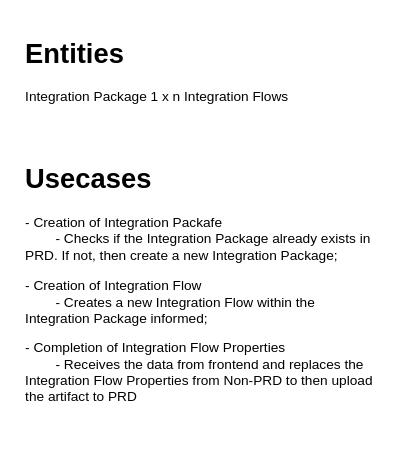
The draw.io diagram page "Backend" (1 of 5) of cpi-publisher-diagram.drawio in gabriel-rodrigues-f/sap-cloud-integration-architectural-diagrams, before the edit. Source tidied: cells renumbered, new cells numbered last; positions are measured from the earlier drawing's top-left corner, leaving out a move shared by most shapes. Both pictures are drawn from the tidied source at 114%, with x=0, y=0 at pixel (19, 31).
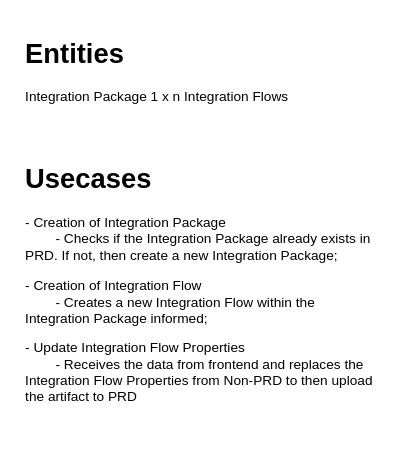
After the change.

Commit message (it also covers changes not shown here):
update integration usecases

Diff of the diagram source:
```diff
@@
 <mxGraphModel>
   <root>
     <mxCell id="0" />
     <mxCell id="1" parent="0" />
     <mxCell id="2" value="&lt;h1&gt;Entities&lt;/h1&gt;&lt;p&gt;Integration Package 1 x n&lt;span style=&quot;background-color: initial;&quot;&gt;&amp;nbsp;Integration Flows&lt;/span&gt;&lt;/p&gt;" style="text;html=1;strokeColor=none;fillColor=none;spacing=5;spacingTop=-20;whiteSpace=wrap;overflow=hidden;rounded=0;" parent="1" vertex="1">
       <mxGeometry width="320" height="90" as="geometry" />
     </mxCell>
-    <mxCell id="3" value="&lt;h1&gt;Usecases&lt;/h1&gt;&lt;p&gt;- Creation of Integration Packafe&lt;br&gt;&lt;span style=&quot;white-space: pre;&quot;&gt;&#9;&lt;/span&gt;- Checks if the Integration Package already exists in PRD. If not, then create a new Integration Package;&lt;br&gt;&lt;/p&gt;&lt;p&gt;- Creation of Integration Flow&lt;br&gt;&lt;span style=&quot;white-space: pre;&quot;&gt;&#9;&lt;/span&gt;- Creates a new Integration Flow within the Integration Package informed;&lt;br&gt;&lt;/p&gt;&lt;p&gt;- Completion of Integration Flow Properties&lt;br&gt;&lt;span style=&quot;white-space: pre;&quot;&gt;&#9;&lt;/span&gt;- Receives the data from frontend and replaces the Integration Flow Properties from Non-PRD to then upload the artifact to PRD&lt;br&gt;&lt;/p&gt;" style="text;html=1;strokeColor=none;fillColor=none;spacing=5;spacingTop=-20;whiteSpace=wrap;overflow=hidden;rounded=0;" parent="1" vertex="1">
-      <mxGeometry y="110" width="320" height="240" as="geometry" />
+    <mxCell id="3" value="&lt;h1&gt;Usecases&lt;/h1&gt;&lt;p&gt;- Creation of Integration Package&lt;br&gt;&lt;span style=&quot;white-space: pre;&quot;&gt;&#9;&lt;/span&gt;- Checks if the Integration Package already exists in PRD. If not, then create a new Integration Package;&lt;br&gt;&lt;/p&gt;&lt;p&gt;- Creation of Integration Flow&lt;br&gt;&lt;span style=&quot;white-space: pre;&quot;&gt;&#9;&lt;/span&gt;- Creates a new Integration Flow within the Integration Package informed;&lt;br&gt;&lt;/p&gt;&lt;p&gt;- Update Integration Flow Properties&lt;br&gt;&lt;span style=&quot;white-space: pre;&quot;&gt;&#9;&lt;/span&gt;- Receives the data from frontend and replaces the Integration Flow Properties from Non-PRD to then upload the artifact to PRD&lt;br&gt;&lt;/p&gt;" style="text;html=1;strokeColor=none;fillColor=none;spacing=5;spacingTop=-20;whiteSpace=wrap;overflow=hidden;rounded=0;" parent="1" vertex="1">
+      <mxGeometry y="110" width="320" height="220" as="geometry" />
     </mxCell>
   </root>
 </mxGraphModel>
```
